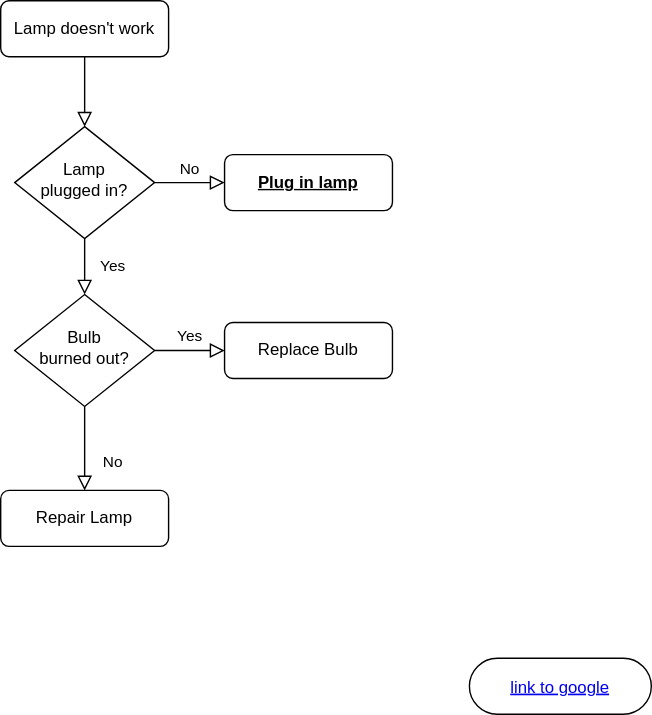
This is hello.drawio.svg from anweaver23/diagram-playground, a draw.io export, as it was before one commit. Source tidied: cells renumbered, new cells last; positions are measured from the earlier drawing's top-left corner, leaving out a move shared by most shapes.
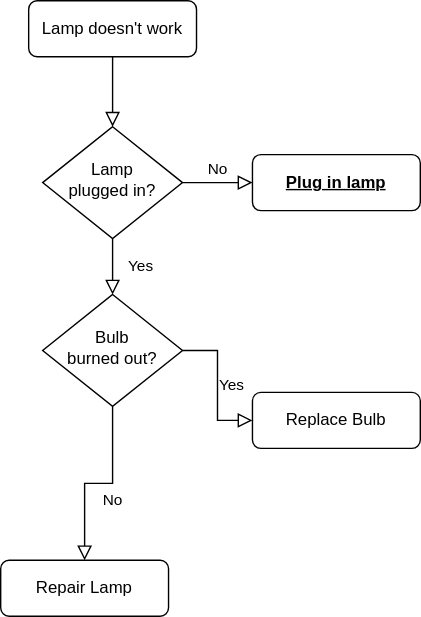
After the commit.

Commit message:
Refactor SVG diagram and update README example link

Change to the diagram source:
```diff
@@ -30,13 +30,10 @@
       <mxGeometry x="10" y="210" width="100" height="80" as="geometry" />
     </mxCell>
     <mxCell id="11" value="Repair Lamp" style="rounded=1;whiteSpace=wrap;html=1;fontSize=12;glass=0;strokeWidth=1;shadow=0;" parent="1" vertex="1">
-      <mxGeometry y="350" width="120" height="40" as="geometry" />
+      <mxGeometry x="-20" y="400" width="120" height="40" as="geometry" />
     </mxCell>
     <mxCell id="12" value="Replace Bulb" style="rounded=1;whiteSpace=wrap;html=1;fontSize=12;glass=0;strokeWidth=1;shadow=0;" parent="1" vertex="1">
-      <mxGeometry x="160" y="230" width="120" height="40" as="geometry" />
+      <mxGeometry x="160" y="280" width="120" height="40" as="geometry" />
     </mxCell>
-    <mxCell id="13" value="link to google" style="fontColor=#0000EE;fontStyle=4;rounded=1;overflow=hidden;spacing=10;arcSize=50;" parent="1" vertex="1">
-      <mxGeometry x="335" y="470" width="130" height="40" as="geometry" />
-    </mxCell>
   </root>
 </mxGraphModel>
```
